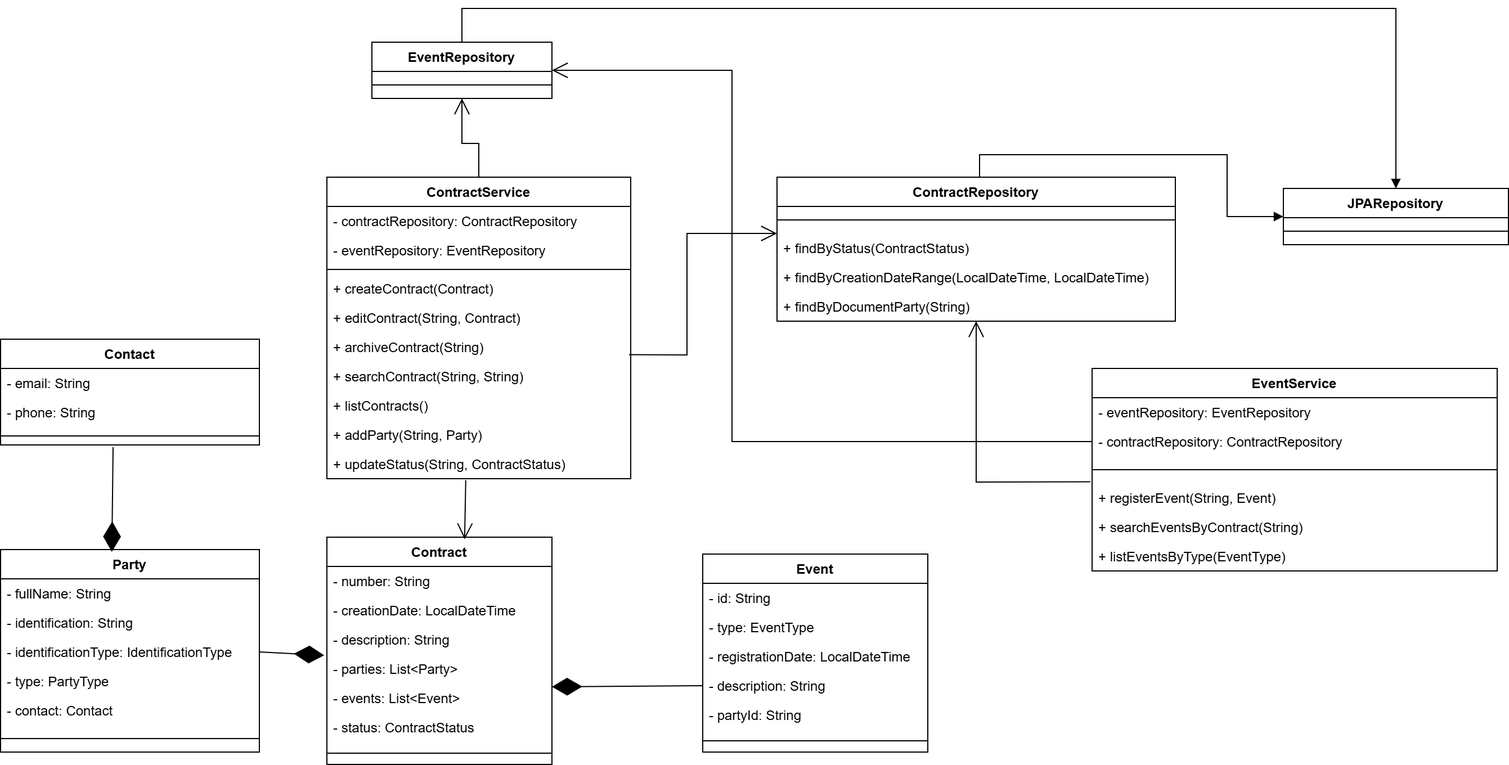
The draw.io diagram src/main/resources/docs/png_docs/classes.png in juliocloud/gerenciamento-contratos, before a commit. Source tidied: cells renumbered, new cells last; positions are measured from the earlier drawing's top-left corner, leaving out a move shared by most shapes.
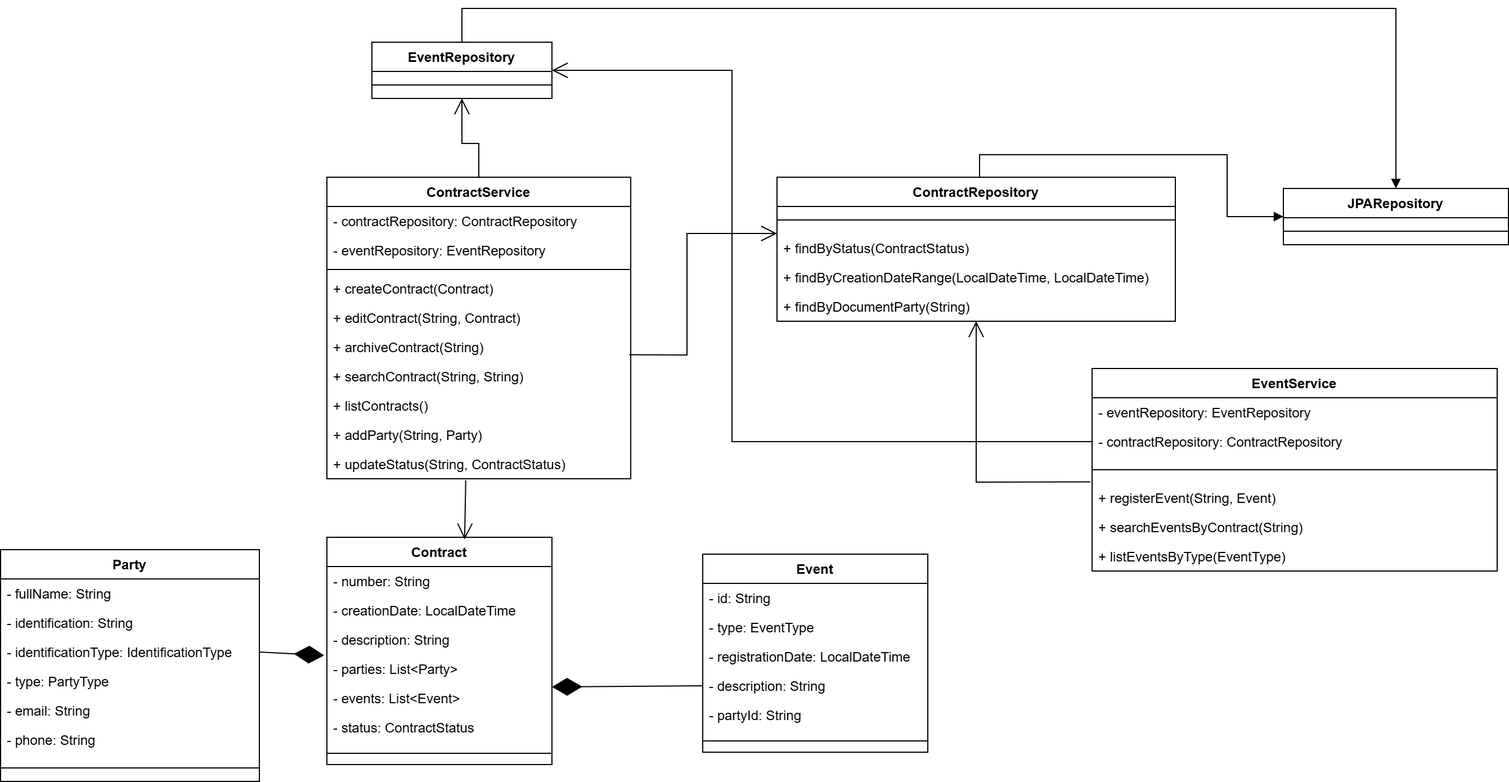
The same diagram one commit later.

Commit message:
fix: removing contact from schema

Change to the diagram source:
```diff
@@ -27,7 +27,7 @@
       <mxGeometry y="182" width="200" height="20" as="geometry" />
     </mxCell>
     <mxCell id="10" value="Party" style="swimlane;fontStyle=1;align=center;verticalAlign=top;horizontal=1;startSize=26;whiteSpace=wrap;html=1;" parent="1" vertex="1">
-      <mxGeometry y="481" width="230" height="180" as="geometry" />
+      <mxGeometry y="481" width="230" height="206" as="geometry" />
     </mxCell>
     <mxCell id="11" value="- fullName: String" style="text;strokeColor=none;fillColor=none;align=left;verticalAlign=top;spacingLeft=4;spacingRight=4;overflow=hidden;whiteSpace=wrap;html=1;" parent="10" vertex="1">
       <mxGeometry y="26" width="230" height="26" as="geometry" />
@@ -41,32 +41,18 @@
     <mxCell id="14" value="- type: PartyType" style="text;strokeColor=none;fillColor=none;align=left;verticalAlign=top;spacingLeft=4;spacingRight=4;overflow=hidden;whiteSpace=wrap;html=1;" parent="10" vertex="1">
       <mxGeometry y="104" width="230" height="26" as="geometry" />
     </mxCell>
-    <mxCell id="15" value="- contact: Contact" style="text;strokeColor=none;fillColor=none;align=left;verticalAlign=top;spacingLeft=4;spacingRight=4;overflow=hidden;whiteSpace=wrap;html=1;" parent="10" vertex="1">
+    <mxCell id="15" value="- email: String" style="text;strokeColor=none;fillColor=none;align=left;verticalAlign=top;spacingLeft=4;spacingRight=4;overflow=hidden;whiteSpace=wrap;html=1;" parent="10" vertex="1">
       <mxGeometry y="130" width="230" height="26" as="geometry" />
     </mxCell>
+    <mxCell id="20" value="- phone: String" style="text;strokeColor=none;fillColor=none;align=left;verticalAlign=top;spacingLeft=4;spacingRight=4;overflow=hidden;whiteSpace=wrap;html=1;" parent="10" vertex="1">
+      <mxGeometry y="156" width="230" height="26" as="geometry" />
+    </mxCell>
     <mxCell id="16" style="line;strokeWidth=1;fillColor=none;align=left;verticalAlign=middle;spacingTop=-1;spacingLeft=3;spacingRight=3;labelPosition=right;strokeColor=inherit;" parent="10" vertex="1">
-      <mxGeometry y="156" width="230" height="24" as="geometry" />
+      <mxGeometry y="182" width="230" height="24" as="geometry" />
     </mxCell>
     <mxCell id="17" style="endArrow=diamondThin;endFill=1;endSize=24;html=1;rounded=0;exitX=1;exitY=0.5;exitDx=0;exitDy=0;entryX=-0.012;entryY=1.038;entryDx=0;entryDy=0;entryPerimeter=0;" parent="1" edge="1" source="13" target="5">
       <mxGeometry relative="1" as="geometry" />
     </mxCell>
-    <mxCell id="18" value="Contact" style="swimlane;fontStyle=1;align=center;verticalAlign=top;horizontal=1;startSize=26;whiteSpace=wrap;html=1;" parent="1" vertex="1">
-      <mxGeometry y="294" width="230" height="94" as="geometry" />
-    </mxCell>
-    <mxCell id="19" value="- email: String" style="text;strokeColor=none;fillColor=none;align=left;verticalAlign=top;spacingLeft=4;spacingRight=4;overflow=hidden;whiteSpace=wrap;html=1;" parent="18" vertex="1">
-      <mxGeometry y="26" width="230" height="26" as="geometry" />
-    </mxCell>
-    <mxCell id="20" value="- phone: String" style="text;strokeColor=none;fillColor=none;align=left;verticalAlign=top;spacingLeft=4;spacingRight=4;overflow=hidden;whiteSpace=wrap;html=1;" parent="18" vertex="1">
-      <mxGeometry y="52" width="230" height="26" as="geometry" />
-    </mxCell>
-    <mxCell id="21" style="line;strokeWidth=1;fillColor=none;align=left;verticalAlign=middle;spacingTop=-1;spacingLeft=3;spacingRight=3;labelPosition=right;strokeColor=inherit;" parent="18" vertex="1">
-      <mxGeometry y="78" width="230" height="16" as="geometry" />
-    </mxCell>
-    <mxCell id="22" style="endArrow=diamondThin;endFill=1;endSize=24;html=1;rounded=0;entryX=0.43;entryY=0.011;entryDx=0;entryDy=0;entryPerimeter=0;" parent="1" edge="1" target="10">
-      <mxGeometry relative="1" as="geometry">
-        <mxPoint x="100" y="390" as="sourcePoint" />
-      </mxGeometry>
-    </mxCell>
     <mxCell id="23" value="ContractService" style="swimlane;fontStyle=1;align=center;verticalAlign=top;horizontal=1;startSize=26;whiteSpace=wrap;html=1;" parent="1" vertex="1">
       <mxGeometry x="290" y="150" width="270" height="268" as="geometry" />
     </mxCell>
```
